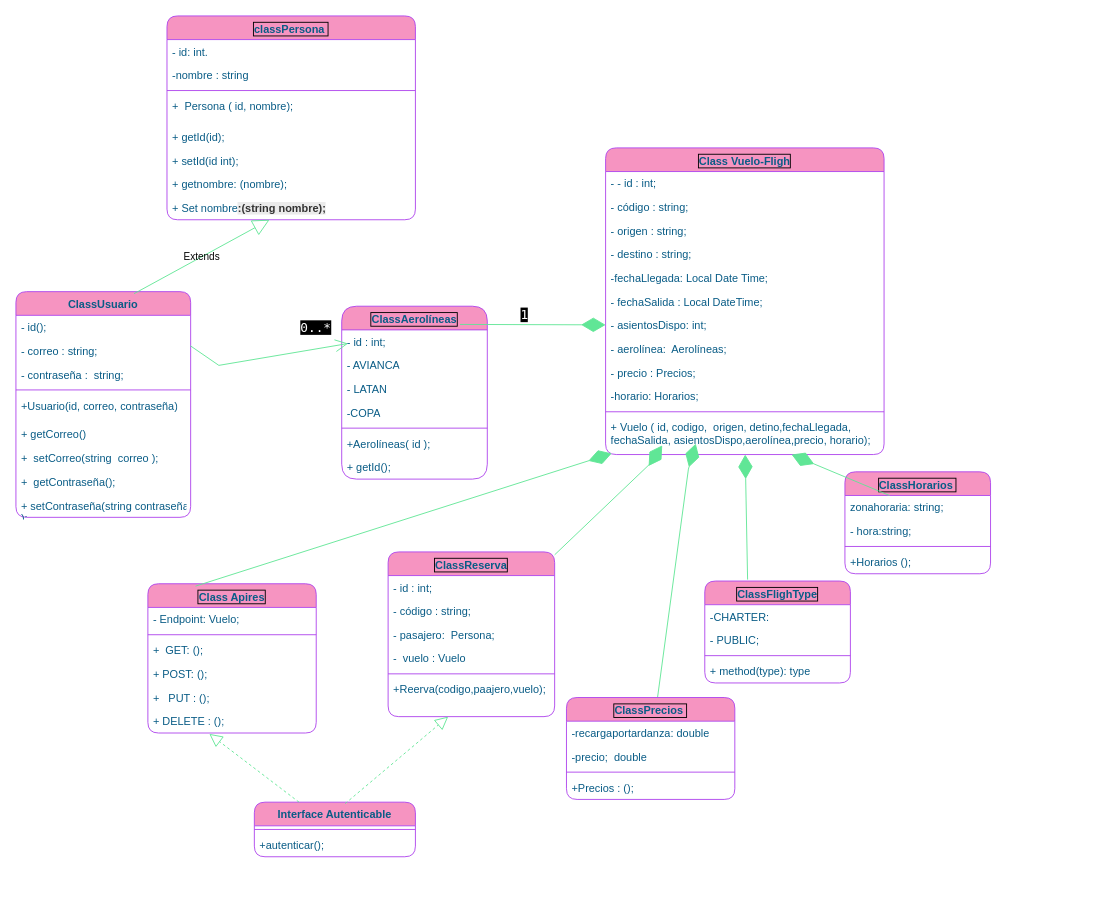
This is src/Diagrama sin título.drawio from Mariayey12/EJERCICIOWORKSHOPPROGRAMACIONORIENTADA-OBJECTOS, a draw.io file, before an edit. Source tidied: cells renumbered, new cells numbered last; positions are measured from the earlier drawing's top-left corner, leaving out a move shared by most shapes. Both pictures are drawn from the tidied source at 91%, with x=0, y=0 at pixel (15, 15).
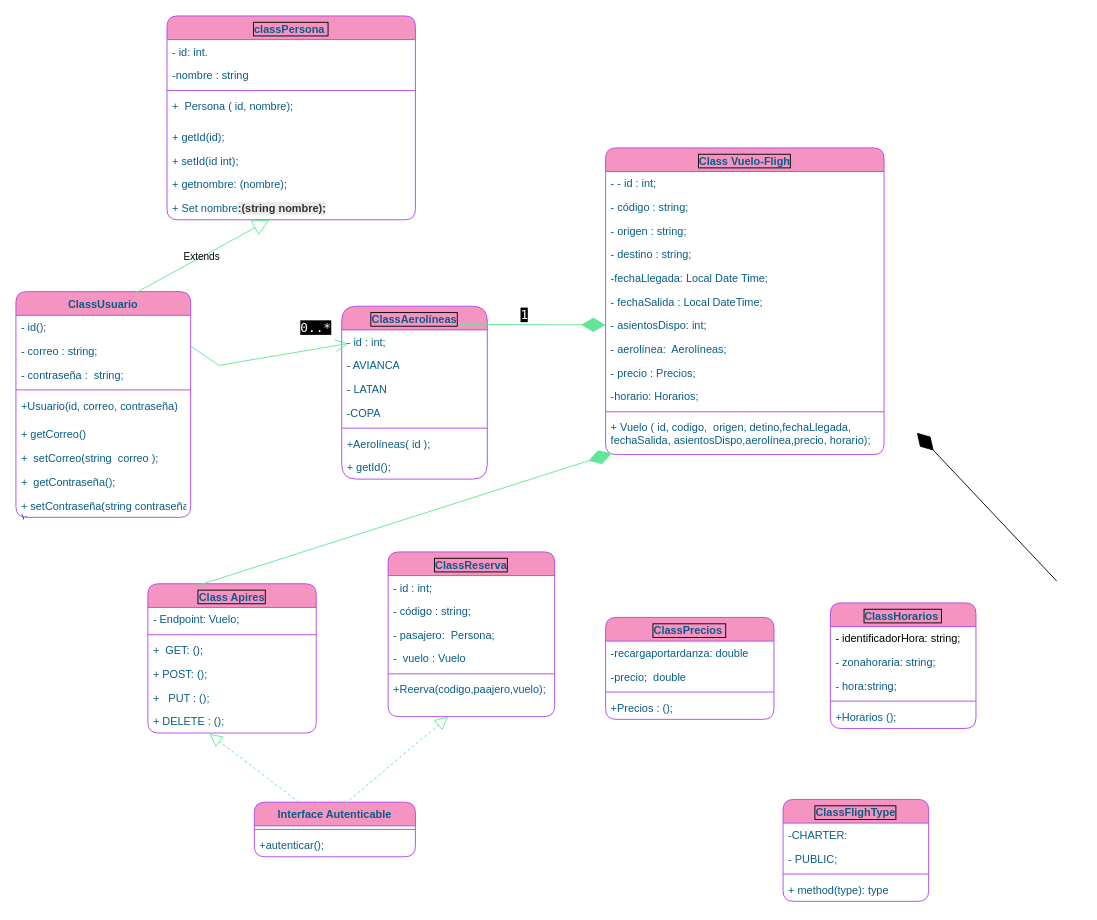
The same diagram, later.

The change refers to these unchanged cells:
```xml
<mxCell id="21" value="Class Vuelo-Fligh" style="swimlane;fontStyle=1;align=center;verticalAlign=top;horizontal=1;startSize=26;whiteSpace=wrap;html=1;strokeColor=#AF45ED;fontColor=#095C86;fillColor=#F694C1;labelBackgroundColor=none;labelBorderColor=default;rounded=1;" parent="1" vertex="1">
  <mxGeometry x="648" y="145" width="306" height="337" as="geometry" />
</mxCell>
<mxCell id="33" value="+ Vuelo ( id, codigo,&amp;nbsp; origen, detino,fechaLlegada, fechaSalida,&amp;nbsp;asientosDispo,aerolínea,precio,&amp;nbsp;horario);&amp;nbsp;" style="text;strokeColor=none;fillColor=none;align=left;verticalAlign=top;spacingLeft=4;spacingRight=4;overflow=hidden;points=[[0,0.5],[1,0.5]];portConstraint=eastwest;whiteSpace=wrap;html=1;fontColor=#095C86;labelBackgroundColor=none;" parent="21" vertex="1">
  <mxGeometry y="294" width="306" height="43" as="geometry" />
</mxCell>
<mxCell id="36" value="ClassReserva " style="swimlane;fontStyle=1;align=center;verticalAlign=top;horizontal=1;startSize=26;whiteSpace=wrap;html=1;strokeColor=#AF45ED;fontColor=#095C86;fillColor=#F694C1;labelBackgroundColor=none;labelBorderColor=default;rounded=1;" parent="1" vertex="1">
  <mxGeometry x="409" y="589" width="183" height="181" as="geometry" />
</mxCell>
```

Diff of the diagram source:
```diff
@@
-    <mxCell id="34" style="endArrow=diamondThin;endFill=1;endSize=24;html=1;rounded=0;strokeColor=#60E696;fontColor=default;labelBackgroundColor=none;" parent="21" edge="1" source="36">
-      <mxGeometry relative="1" as="geometry">
-        <mxPoint x="62.2" y="327" as="targetPoint" />
-        <Array as="points">
-          <mxPoint x="49" y="347" />
-        </Array>
-      </mxGeometry>
-    </mxCell>
-    <mxCell id="35" style="endArrow=diamondThin;endFill=1;endSize=24;html=1;rounded=0;strokeColor=#60E696;fontColor=default;labelBackgroundColor=none;" parent="21" edge="1" source="51">
-      <mxGeometry relative="1" as="geometry">
-        <mxPoint x="99" y="325" as="targetPoint" />
-        <Array as="points">
-          <mxPoint x="91" y="353" />
-        </Array>
-      </mxGeometry>
-    </mxCell>
@@
     <mxCell id="46" value="ClassHorarios&amp;nbsp;" style="swimlane;fontStyle=1;align=center;verticalAlign=top;horizontal=1;startSize=26;whiteSpace=wrap;html=1;strokeColor=#AF45ED;fontColor=#095C86;fillColor=#F694C1;swimlaneFillColor=default;labelBackgroundColor=none;labelBorderColor=default;rounded=1;" parent="1" vertex="1">
-      <mxGeometry x="911" y="501" width="160" height="112" as="geometry" />
+      <mxGeometry x="895" y="645" width="160" height="138" as="geometry" />
     </mxCell>
+    <mxCell id="86" value="- identificadorHora:&amp;nbsp;string;" style="text;strokeColor=none;fillColor=none;align=left;verticalAlign=top;spacingLeft=4;spacingRight=4;overflow=hidden;whiteSpace=wrap;html=1;" parent="46" vertex="1">
+      <mxGeometry y="26" width="160" height="26" as="geometry" />
+    </mxCell>
-    <mxCell id="47" value="zonahoraria: string;" style="text;strokeColor=none;fillColor=none;align=left;verticalAlign=top;spacingLeft=4;spacingRight=4;overflow=hidden;points=[[0,0.5],[1,0.5]];portConstraint=eastwest;whiteSpace=wrap;html=1;fontColor=#095C86;labelBackgroundColor=none;" parent="46" vertex="1">
-      <mxGeometry y="26" width="160" height="26" as="geometry" />
+    <mxCell id="47" value="- zonahoraria: string;" style="text;strokeColor=none;fillColor=none;align=left;verticalAlign=top;spacingLeft=4;spacingRight=4;overflow=hidden;points=[[0,0.5],[1,0.5]];portConstraint=eastwest;whiteSpace=wrap;html=1;fontColor=#095C86;labelBackgroundColor=none;" parent="46" vertex="1">
+      <mxGeometry y="52" width="160" height="26" as="geometry" />
     </mxCell>
     <mxCell id="48" value="- hora:string;" style="text;strokeColor=none;fillColor=none;align=left;verticalAlign=top;spacingLeft=4;spacingRight=4;overflow=hidden;whiteSpace=wrap;html=1;fontColor=#095C86;labelBackgroundColor=none;" parent="46" vertex="1">
-      <mxGeometry y="52" width="160" height="26" as="geometry" />
+      <mxGeometry y="78" width="160" height="26" as="geometry" />
     </mxCell>
     <mxCell id="49" style="line;strokeWidth=1;fillColor=none;align=left;verticalAlign=middle;spacingTop=-1;spacingLeft=3;spacingRight=3;labelPosition=right;strokeColor=#AF45ED;fontColor=#095C86;labelBackgroundColor=none;" parent="46" vertex="1">
-      <mxGeometry y="78" width="160" height="8" as="geometry" />
+      <mxGeometry y="104" width="160" height="8" as="geometry" />
     </mxCell>
     <mxCell id="50" value="+Horarios ();" style="text;strokeColor=none;fillColor=none;align=left;verticalAlign=top;spacingLeft=4;spacingRight=4;overflow=hidden;whiteSpace=wrap;html=1;fontColor=#095C86;labelBackgroundColor=none;" parent="46" vertex="1">
-      <mxGeometry y="86" width="160" height="26" as="geometry" />
+      <mxGeometry y="112" width="160" height="26" as="geometry" />
     </mxCell>
     <mxCell id="51" value="ClassPrecios&amp;nbsp;" style="swimlane;fontStyle=1;align=center;verticalAlign=top;horizontal=1;startSize=26;whiteSpace=wrap;html=1;strokeColor=#AF45ED;fontColor=#095C86;fillColor=#F694C1;swimlaneFillColor=default;labelBorderColor=default;labelBackgroundColor=none;rounded=1;" parent="1" vertex="1">
-      <mxGeometry x="605" y="749" width="185" height="112" as="geometry" />
+      <mxGeometry x="648" y="661" width="185" height="112" as="geometry" />
     </mxCell>
@@
     <mxCell id="63" value="ClassFlighType" style="swimlane;fontStyle=1;align=center;verticalAlign=top;horizontal=1;startSize=26;whiteSpace=wrap;html=1;strokeColor=#AF45ED;fontColor=#095C86;fillColor=#F694C1;labelBackgroundColor=none;labelBorderColor=default;swimlaneFillColor=default;rounded=1;" parent="1" vertex="1">
-      <mxGeometry x="757" y="621" width="160" height="112" as="geometry" />
+      <mxGeometry x="843" y="861" width="160" height="112" as="geometry" />
     </mxCell>
@@
-    <mxCell id="80" style="endArrow=diamondThin;endFill=1;endSize=24;html=1;rounded=0;strokeColor=#60E696;fontColor=default;exitX=0.294;exitY=-0.014;exitDx=0;exitDy=0;exitPerimeter=0;labelBackgroundColor=none;" parent="1" edge="1" source="63" target="33">
-      <mxGeometry relative="1" as="geometry" />
-    </mxCell>
@@
-    <mxCell id="82" style="endArrow=diamondThin;endFill=1;endSize=24;html=1;rounded=0;strokeColor=#60E696;fontColor=default;labelBackgroundColor=none;" parent="1" edge="1" source="47" target="33">
-      <mxGeometry relative="1" as="geometry" />
-    </mxCell>
@@
+    <mxCell id="87" style="endArrow=diamondThin;endFill=1;endSize=24;html=1;rounded=0;exitX=0.5;exitY=0;exitDx=0;exitDy=0;" parent="1" edge="1">
+      <mxGeometry relative="1" as="geometry">
+        <mxPoint x="1143.7" y="621" as="sourcePoint" />
+        <mxPoint x="990" y="458" as="targetPoint" />
+      </mxGeometry>
+    </mxCell>
```
